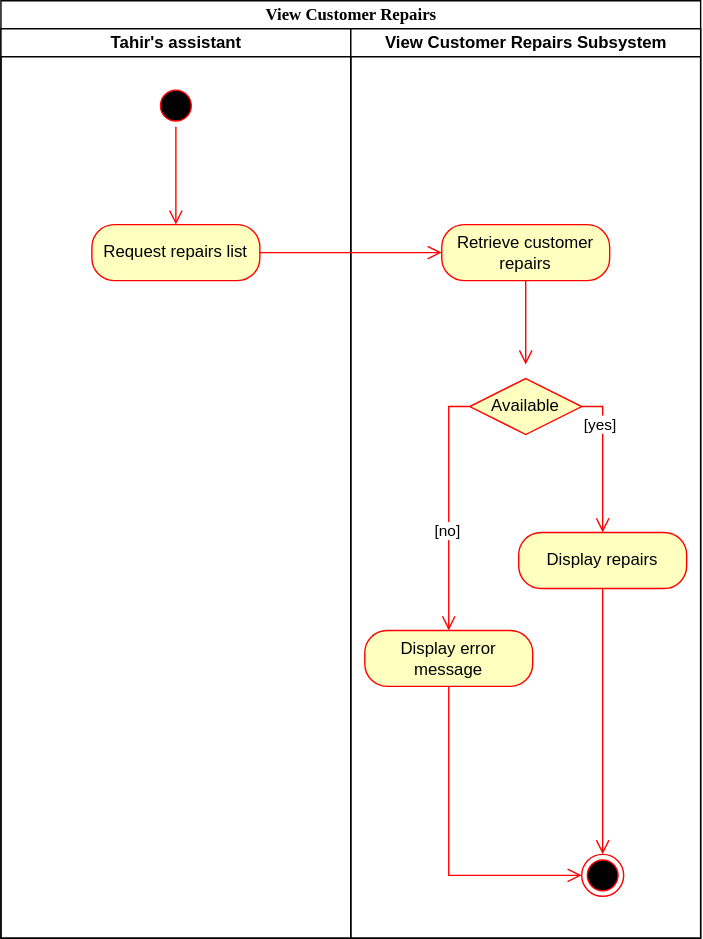
Before: View Customer Repairs Activity Diagram.svg, a diagram exported from draw.io (Simamkele88/IFM3_GP). Source tidied: cells renumbered, new cells last; positions are measured from the earlier drawing's top-left corner, leaving out a move shared by most shapes.
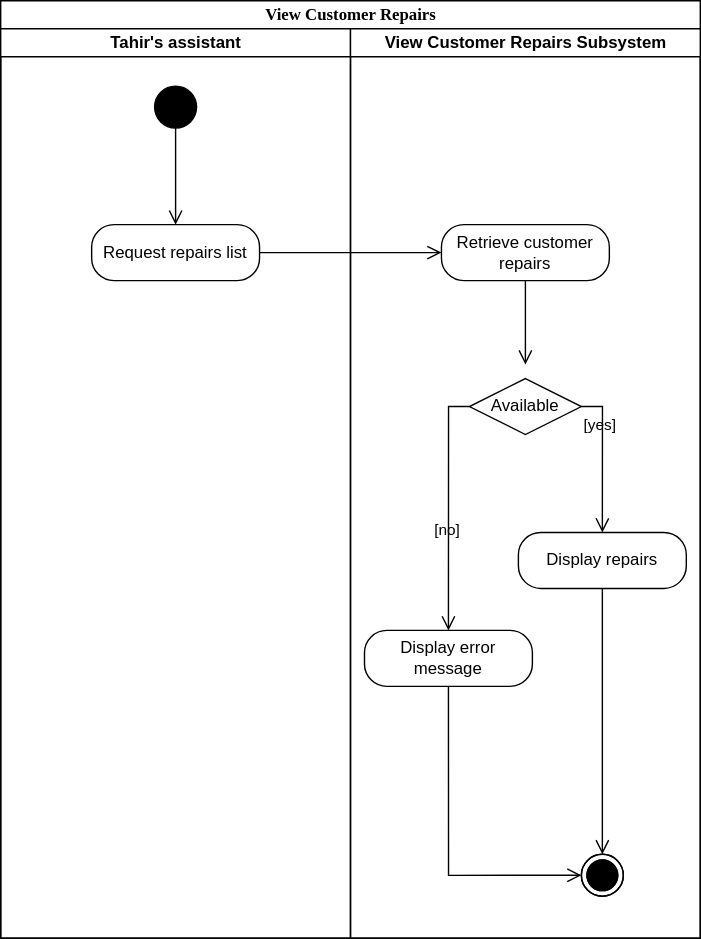
The same diagram one commit later.

What changed in the source:
```diff
@@ -5,57 +5,63 @@
     <mxCell id="2" value="View Customer Repairs" style="swimlane;html=1;startSize=20;rounded=0;shadow=0;comic=0;labelBackgroundColor=none;strokeWidth=1;fontFamily=Verdana;fontSize=12;align=center;" parent="1" vertex="1">
       <mxGeometry width="500" height="670" as="geometry" />
     </mxCell>
-    <mxCell id="3" value="Tahir's assistant" style="swimlane;html=1;startSize=20;" parent="2" vertex="1">
+    <mxCell id="3" value="Tahir's assistant" style="swimlane;html=1;startSize=20;labelBackgroundColor=none;" parent="2" vertex="1">
       <mxGeometry y="20" width="250" height="650" as="geometry" />
     </mxCell>
-    <mxCell id="4" style="ellipse;html=1;shape=startState;fillColor=#000000;strokeColor=#ff0000;" parent="3" vertex="1">
+    <mxCell id="4" style="ellipse;html=1;shape=startState;labelBackgroundColor=none;" parent="3" vertex="1">
       <mxGeometry x="110" y="40" width="30" height="30" as="geometry" />
     </mxCell>
-    <mxCell id="5" value="Request repairs list" style="rounded=1;whiteSpace=wrap;html=1;arcSize=40;fontColor=#000000;fillColor=#ffffc0;strokeColor=#ff0000;" parent="3" vertex="1">
+    <mxCell id="5" value="Request repairs list" style="rounded=1;whiteSpace=wrap;html=1;arcSize=40;labelBackgroundColor=none;" parent="3" vertex="1">
       <mxGeometry x="65" y="140" width="120" height="40" as="geometry" />
     </mxCell>
-    <mxCell id="6" style="edgeStyle=orthogonalEdgeStyle;html=1;verticalAlign=bottom;endArrow=open;endSize=8;strokeColor=#ff0000;rounded=0;exitX=0.5;exitY=1;exitDx=0;exitDy=0;entryX=0.5;entryY=0;entryDx=0;entryDy=0;" parent="3" edge="1" source="4" target="5">
+    <mxCell id="6" style="edgeStyle=orthogonalEdgeStyle;html=1;verticalAlign=bottom;endArrow=open;endSize=8;rounded=0;exitX=0.5;exitY=1;exitDx=0;exitDy=0;entryX=0.5;entryY=0;entryDx=0;entryDy=0;labelBackgroundColor=none;fontColor=default;" parent="3" edge="1" source="4" target="5">
       <mxGeometry relative="1" as="geometry" />
     </mxCell>
+    <mxCell id="20" style="ellipse;fillColor=strokeColor;html=1;" parent="3" vertex="1">
+      <mxGeometry x="110" y="41" width="30" height="30" as="geometry" />
+    </mxCell>
-    <mxCell id="7" value="View Customer Repairs Subsystem" style="swimlane;html=1;startSize=20;" parent="2" vertex="1">
+    <mxCell id="7" value="View Customer Repairs Subsystem" style="swimlane;html=1;startSize=20;labelBackgroundColor=none;" parent="2" vertex="1">
       <mxGeometry x="250" y="20" width="250" height="650" as="geometry" />
     </mxCell>
-    <mxCell id="8" value="Retrieve customer repairs" style="rounded=1;whiteSpace=wrap;html=1;arcSize=40;fontColor=#000000;fillColor=#ffffc0;strokeColor=#ff0000;" parent="7" vertex="1">
+    <mxCell id="8" value="Retrieve customer repairs" style="rounded=1;whiteSpace=wrap;html=1;arcSize=40;labelBackgroundColor=none;" parent="7" vertex="1">
       <mxGeometry x="65" y="140" width="120" height="40" as="geometry" />
     </mxCell>
-    <mxCell id="9" style="edgeStyle=orthogonalEdgeStyle;html=1;verticalAlign=bottom;endArrow=open;endSize=8;strokeColor=#ff0000;rounded=0;" parent="7" edge="1" source="8">
+    <mxCell id="9" style="edgeStyle=orthogonalEdgeStyle;html=1;verticalAlign=bottom;endArrow=open;endSize=8;rounded=0;labelBackgroundColor=none;fontColor=default;" parent="7" edge="1" source="8">
       <mxGeometry relative="1" as="geometry">
         <mxPoint x="125" y="240" as="targetPoint" />
       </mxGeometry>
     </mxCell>
-    <mxCell id="10" value="Available" style="rhombus;whiteSpace=wrap;html=1;fontColor=#000000;fillColor=#ffffc0;strokeColor=#ff0000;" parent="7" vertex="1">
+    <mxCell id="10" value="Available" style="rhombus;whiteSpace=wrap;html=1;labelBackgroundColor=none;" parent="7" vertex="1">
       <mxGeometry x="85" y="250" width="80" height="40" as="geometry" />
     </mxCell>
-    <mxCell id="11" value="[yes]" style="edgeStyle=orthogonalEdgeStyle;html=1;align=left;verticalAlign=top;endArrow=open;endSize=8;strokeColor=#ff0000;rounded=0;entryX=0.5;entryY=0;entryDx=0;entryDy=0;exitX=1;exitY=0.5;exitDx=0;exitDy=0;" parent="7" edge="1" source="10" target="12">
+    <mxCell id="11" value="[yes]" style="edgeStyle=orthogonalEdgeStyle;html=1;align=left;verticalAlign=top;endArrow=open;endSize=8;rounded=0;entryX=0.5;entryY=0;entryDx=0;entryDy=0;exitX=1;exitY=0.5;exitDx=0;exitDy=0;labelBackgroundColor=none;fontColor=default;" parent="7" edge="1" source="10" target="12">
       <mxGeometry x="-1" relative="1" as="geometry" />
     </mxCell>
-    <mxCell id="12" value="Display repairs" style="rounded=1;whiteSpace=wrap;html=1;arcSize=40;fontColor=#000000;fillColor=#ffffc0;strokeColor=#ff0000;" parent="7" vertex="1">
+    <mxCell id="12" value="Display repairs" style="rounded=1;whiteSpace=wrap;html=1;arcSize=40;labelBackgroundColor=none;" parent="7" vertex="1">
       <mxGeometry x="120" y="360" width="120" height="40" as="geometry" />
     </mxCell>
-    <mxCell id="13" style="edgeStyle=orthogonalEdgeStyle;html=1;verticalAlign=bottom;endArrow=open;endSize=8;strokeColor=#ff0000;rounded=0;entryX=0.5;entryY=0;entryDx=0;entryDy=0;" parent="7" edge="1" source="12" target="16">
+    <mxCell id="13" style="edgeStyle=orthogonalEdgeStyle;html=1;verticalAlign=bottom;endArrow=open;endSize=8;rounded=0;entryX=0.5;entryY=0;entryDx=0;entryDy=0;labelBackgroundColor=none;fontColor=default;" parent="7" edge="1" source="12" target="16">
       <mxGeometry relative="1" as="geometry" />
     </mxCell>
-    <mxCell id="14" style="edgeStyle=orthogonalEdgeStyle;html=1;align=left;verticalAlign=bottom;endArrow=open;endSize=8;strokeColor=#ff0000;rounded=0;exitX=0;exitY=0.5;exitDx=0;exitDy=0;entryX=0.5;entryY=0;entryDx=0;entryDy=0;" parent="7" edge="1" source="10" target="17">
+    <mxCell id="14" style="edgeStyle=orthogonalEdgeStyle;html=1;align=left;verticalAlign=bottom;endArrow=open;endSize=8;rounded=0;exitX=0;exitY=0.5;exitDx=0;exitDy=0;entryX=0.5;entryY=0;entryDx=0;entryDy=0;labelBackgroundColor=none;fontColor=default;" parent="7" edge="1" source="10" target="17">
       <mxGeometry x="-1" relative="1" as="geometry" />
     </mxCell>
-    <mxCell id="15" value="[no]" style="edgeLabel;html=1;align=center;verticalAlign=middle;" parent="14" vertex="1">
+    <mxCell id="15" value="[no]" style="edgeLabel;html=1;align=center;verticalAlign=middle;labelBackgroundColor=none;" parent="14" vertex="1">
       <mxGeometry x="0.18" y="-2" relative="1" as="geometry" />
     </mxCell>
-    <mxCell id="16" style="ellipse;html=1;shape=endState;fillColor=#000000;strokeColor=#ff0000;" parent="7" vertex="1">
+    <mxCell id="16" style="ellipse;html=1;shape=endState;labelBackgroundColor=none;" parent="7" vertex="1">
       <mxGeometry x="165" y="590" width="30" height="30" as="geometry" />
     </mxCell>
-    <mxCell id="17" value="Display error message" style="rounded=1;whiteSpace=wrap;html=1;arcSize=40;fontColor=#000000;fillColor=#ffffc0;strokeColor=#ff0000;" parent="7" vertex="1">
+    <mxCell id="17" value="Display error message" style="rounded=1;whiteSpace=wrap;html=1;arcSize=40;labelBackgroundColor=none;" parent="7" vertex="1">
       <mxGeometry x="10" y="430" width="120" height="40" as="geometry" />
     </mxCell>
-    <mxCell id="18" style="edgeStyle=orthogonalEdgeStyle;html=1;verticalAlign=bottom;endArrow=open;endSize=8;strokeColor=#ff0000;rounded=0;entryX=0;entryY=0.5;entryDx=0;entryDy=0;exitX=0.5;exitY=1;exitDx=0;exitDy=0;" parent="7" edge="1" source="17" target="16">
+    <mxCell id="18" style="edgeStyle=orthogonalEdgeStyle;html=1;verticalAlign=bottom;endArrow=open;endSize=8;rounded=0;entryX=0;entryY=0.5;entryDx=0;entryDy=0;exitX=0.5;exitY=1;exitDx=0;exitDy=0;labelBackgroundColor=none;fontColor=default;" parent="7" edge="1" source="17" target="16">
       <mxGeometry relative="1" as="geometry" />
     </mxCell>
+    <mxCell id="21" style="ellipse;html=1;shape=endState;fillColor=strokeColor;" parent="7" vertex="1">
+      <mxGeometry x="165" y="590" width="30" height="30" as="geometry" />
+    </mxCell>
-    <mxCell id="19" style="edgeStyle=orthogonalEdgeStyle;html=1;verticalAlign=bottom;endArrow=open;endSize=8;strokeColor=#ff0000;rounded=0;exitX=1;exitY=0.5;exitDx=0;exitDy=0;entryX=0;entryY=0.5;entryDx=0;entryDy=0;" parent="2" edge="1" source="5" target="8">
+    <mxCell id="19" style="edgeStyle=orthogonalEdgeStyle;html=1;verticalAlign=bottom;endArrow=open;endSize=8;rounded=0;exitX=1;exitY=0.5;exitDx=0;exitDy=0;entryX=0;entryY=0.5;entryDx=0;entryDy=0;labelBackgroundColor=none;fontColor=default;" parent="2" edge="1" source="5" target="8">
       <mxGeometry relative="1" as="geometry" />
     </mxCell>
   </root>
```
